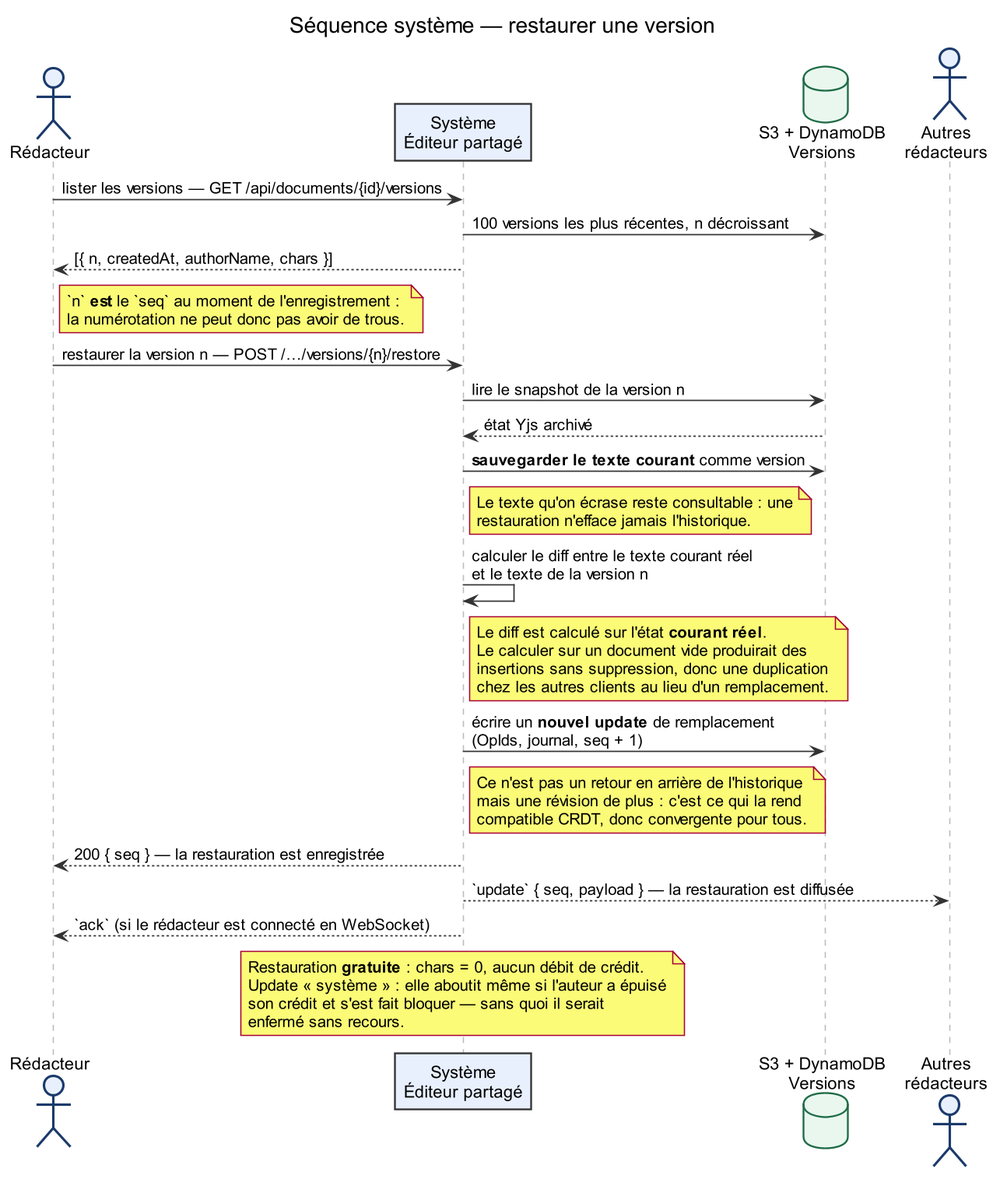
The PlantUML diagram docs/diagrammes-conception/png/11-ssd-restauration.png in Djusse/Editeur_Partag-, before a commit. Its source is kept beside it as docs/diagrammes-conception/puml/11-ssd-restauration.puml. Its diagram source:
```plantuml
@startuml

skinparam {
  dpi 150
  defaultFontName Arial
  shadowing false
  ArrowColor #333333
  ArrowThickness 1.1
  BackgroundColor white
  actorBorderColor #1B3A6B
  actorBackgroundColor #E8F0FE
  databaseBorderColor #1E6B45
  databaseBackgroundColor #E9F7EF
  sequence {
    ParticipantBorderColor #333333
    ParticipantBackgroundColor #E8F0FE
    LifeLineBorderColor #BBBBBB
    GroupBorderColor #333333
    GroupHeaderBackgroundColor #F7FBFF
    NoteBackgroundColor #FEF9E7
    NoteBorderColor #8A6D1F
  }
}

title Séquence système — restaurer une version

actor Rédacteur as R
participant "Système\nÉditeur partagé" as S
database "S3 + DynamoDB\nVersions" as V
actor "Autres\nrédacteurs" as O

R -> S : lister les versions — GET /api/documents/{id}/versions
S -> V : 100 versions les plus récentes, n décroissant
S --> R : [{ n, createdAt, authorName, chars }]
note right of R
  `n` **est** le `seq` au moment de l'enregistrement :
  la numérotation ne peut donc pas avoir de trous.
end note

R -> S : restaurer la version n — POST /…/versions/{n}/restore
S -> V : lire le snapshot de la version n
V --> S : état Yjs archivé

S -> V : **sauvegarder le texte courant** comme version
note right of S
  Le texte qu'on écrase reste consultable : une
  restauration n'efface jamais l'historique.
end note

S -> S : calculer le diff entre le texte courant réel\net le texte de la version n
note right of S
  Le diff est calculé sur l'état **courant réel**.
  Le calculer sur un document vide produirait des
  insertions sans suppression, donc une duplication
  chez les autres clients au lieu d'un remplacement.
end note

S -> V : écrire un **nouvel update** de remplacement\n(OpIds, journal, seq + 1)
note right of S
  Ce n'est pas un retour en arrière de l'historique
  mais une révision de plus : c'est ce qui la rend
  compatible CRDT, donc convergente pour tous.
end note

S --> R : 200 { seq } — la restauration est enregistrée
S --> O : `update` { seq, payload } — la restauration est diffusée
S --> R : `ack` (si le rédacteur est connecté en WebSocket)

note over S
  Restauration **gratuite** : chars = 0, aucun débit de crédit.
  Update « système » : elle aboutit même si l'auteur a épuisé
  son crédit et s'est fait bloquer — sans quoi il serait
  enfermé sans recours.
end note

@enduml
```
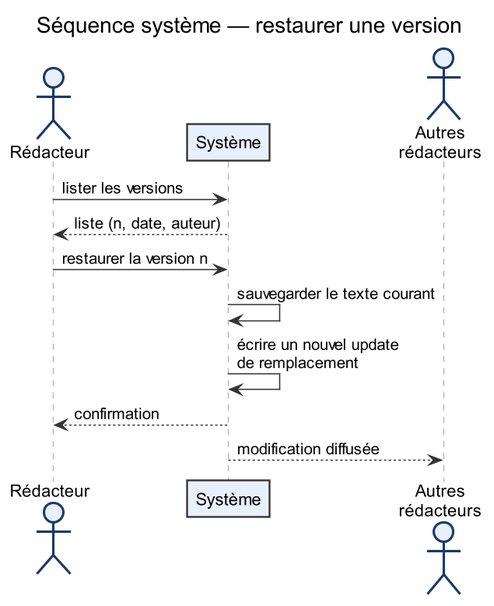
After the commit.

The edit, as a diff of the source:
```diff
@@ -5,72 +5,30 @@
   defaultFontName Arial
   shadowing false
   ArrowColor #333333
-  ArrowThickness 1.1
   BackgroundColor white
   actorBorderColor #1B3A6B
   actorBackgroundColor #E8F0FE
-  databaseBorderColor #1E6B45
-  databaseBackgroundColor #E9F7EF
   sequence {
     ParticipantBorderColor #333333
     ParticipantBackgroundColor #E8F0FE
     LifeLineBorderColor #BBBBBB
     GroupBorderColor #333333
     GroupHeaderBackgroundColor #F7FBFF
-    NoteBackgroundColor #FEF9E7
-    NoteBorderColor #8A6D1F
   }
 }
 
 title Séquence système — restaurer une version
 
 actor Rédacteur as R
-participant "Système\nÉditeur partagé" as S
-database "S3 + DynamoDB\nVersions" as V
+participant "Système" as S
 actor "Autres\nrédacteurs" as O
 
-R -> S : lister les versions — GET /api/documents/{id}/versions
-S -> V : 100 versions les plus récentes, n décroissant
-S --> R : [{ n, createdAt, authorName, chars }]
-note right of R
-  `n` **est** le `seq` au moment de l'enregistrement :
-  la numérotation ne peut donc pas avoir de trous.
-end note
-
-R -> S : restaurer la version n — POST /…/versions/{n}/restore
-S -> V : lire le snapshot de la version n
-V --> S : état Yjs archivé
-
-S -> V : **sauvegarder le texte courant** comme version
-note right of S
-  Le texte qu'on écrase reste consultable : une
-  restauration n'efface jamais l'historique.
-end note
-
-S -> S : calculer le diff entre le texte courant réel\net le texte de la version n
-note right of S
-  Le diff est calculé sur l'état **courant réel**.
-  Le calculer sur un document vide produirait des
-  insertions sans suppression, donc une duplication
-  chez les autres clients au lieu d'un remplacement.
-end note
-
-S -> V : écrire un **nouvel update** de remplacement\n(OpIds, journal, seq + 1)
-note right of S
-  Ce n'est pas un retour en arrière de l'historique
-  mais une révision de plus : c'est ce qui la rend
-  compatible CRDT, donc convergente pour tous.
-end note
-
-S --> R : 200 { seq } — la restauration est enregistrée
-S --> O : `update` { seq, payload } — la restauration est diffusée
-S --> R : `ack` (si le rédacteur est connecté en WebSocket)
-
-note over S
-  Restauration **gratuite** : chars = 0, aucun débit de crédit.
-  Update « système » : elle aboutit même si l'auteur a épuisé
-  son crédit et s'est fait bloquer — sans quoi il serait
-  enfermé sans recours.
-end note
+R -> S : lister les versions
+S --> R : liste (n, date, auteur)
+R -> S : restaurer la version n
+S -> S : sauvegarder le texte courant
+S -> S : écrire un nouvel update\nde remplacement
+S --> R : confirmation
+S --> O : modification diffusée
 
 @enduml
```
